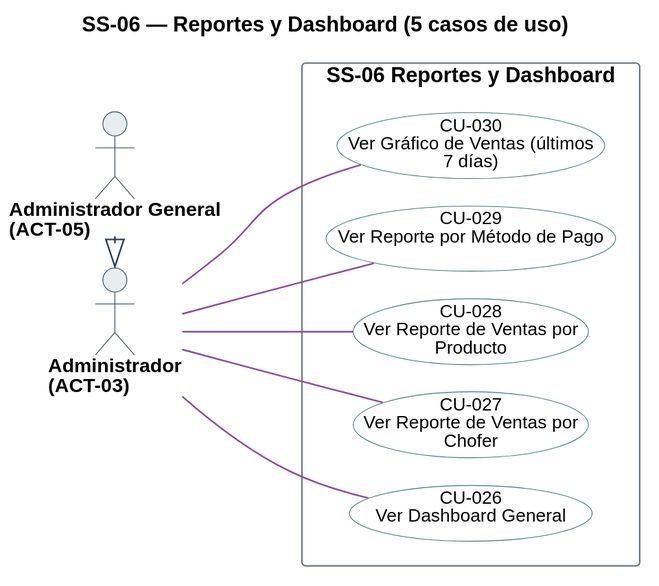
The PlantUML diagram diagramas/uml/CU_SS-06_Reportes-Y-Dashboard.svg in Nahuelito-Dev/splg-docs, before a commit.
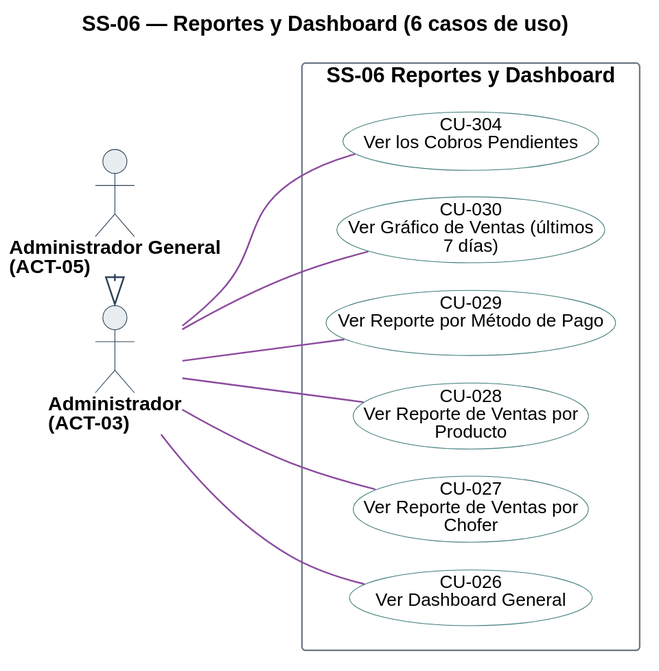
Above is the later version.

Diff of the diagram source:
```diff
@@ -1,5 +1,5 @@
 @startuml
-title SS-06 — Reportes y Dashboard (5 casos de uso)
+title SS-06 — Reportes y Dashboard (6 casos de uso)
 left to right direction
 skinparam backgroundColor #FFFFFF
 skinparam shadowing false
@@ -43,6 +43,7 @@
   usecase "CU-028\nVer Reporte de Ventas por\nProducto" as U028 #back:FFFFFF;line:3E7C79
   usecase "CU-029\nVer Reporte por Método de Pago" as U029 #back:FFFFFF;line:3E7C79
   usecase "CU-030\nVer Gráfico de Ventas (últimos\n7 días)" as U030 #back:FFFFFF;line:3E7C79
+  usecase "CU-304\nVer los Cobros Pendientes" as U304 #back:FFFFFF;line:3E7C79
 }
 
 A03 -[#8C4A9E]- U026
@@ -50,5 +51,6 @@
 A03 -[#8C4A9E]- U028
 A03 -[#8C4A9E]- U029
 A03 -[#8C4A9E]- U030
+A03 -[#8C4A9E]- U304
 A05 -right-|> A03
 @enduml
```
